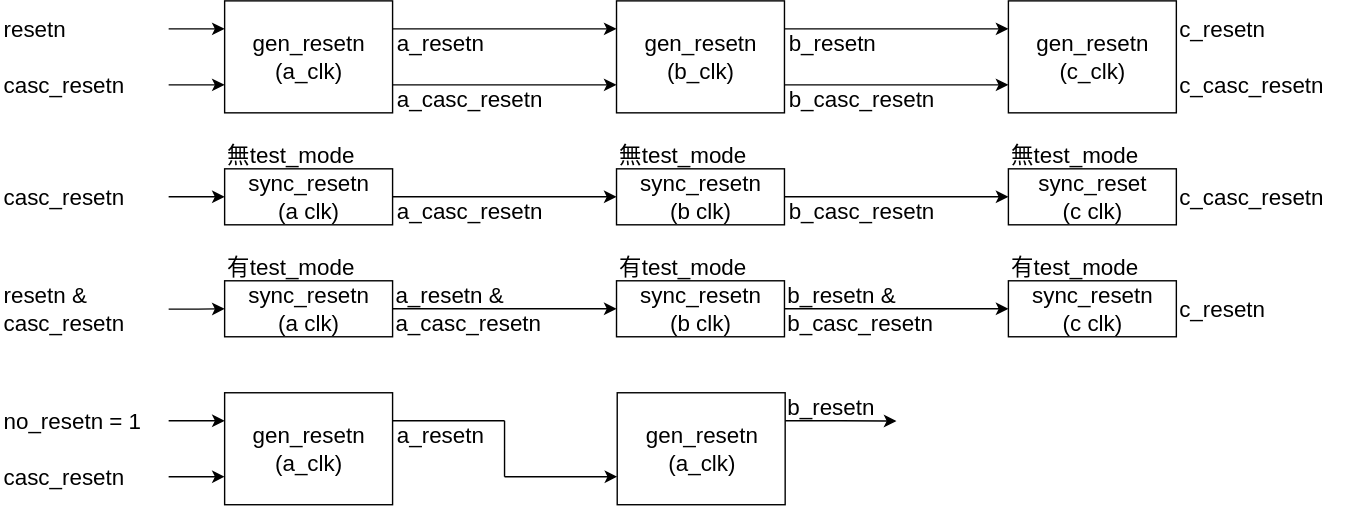
The draw.io diagram de/platform_clk_resetn_gen/sync_resetn/include/resetn_tree.svg in jnjnliwenjie0022/obs, before a commit. Source tidied: cells renumbered, new cells last; positions are measured from the earlier drawing's top-left corner, leaving out a move shared by most shapes.
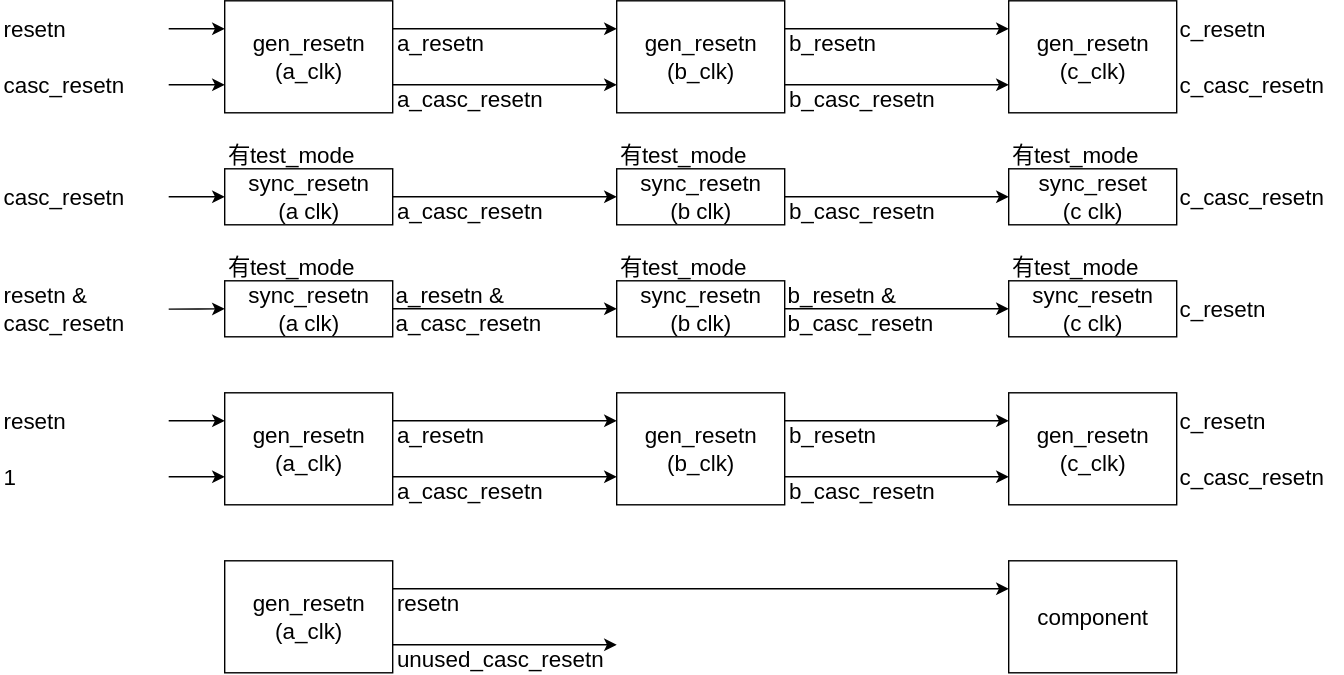
Later version of the same file.

Diff of the diagram source:
```diff
@@ -64,7 +64,7 @@
     <mxCell id="17" value="casc_resetn" style="rounded=0;whiteSpace=wrap;html=1;fontSize=16;fillColor=none;strokeColor=none;align=left;" parent="1" vertex="1">
       <mxGeometry y="130" width="120" height="20" as="geometry" />
     </mxCell>
-    <mxCell id="18" value="無test_mode" style="rounded=0;whiteSpace=wrap;html=1;fontSize=16;fillColor=none;strokeColor=none;align=left;" parent="1" vertex="1">
+    <mxCell id="18" value="有test_mode" style="rounded=0;whiteSpace=wrap;html=1;fontSize=16;fillColor=none;strokeColor=none;align=left;" parent="1" vertex="1">
       <mxGeometry x="160" y="100" width="120" height="20" as="geometry" />
     </mxCell>
     <mxCell id="19" value="sync_resetn&lt;div&gt;(b clk)&lt;/div&gt;" style="rounded=0;whiteSpace=wrap;html=1;fontSize=16;" parent="1" vertex="1">
@@ -75,7 +75,7 @@
         <mxPoint x="440" y="140" as="targetPoint" />
       </mxGeometry>
     </mxCell>
-    <mxCell id="21" value="無test_mode" style="rounded=0;whiteSpace=wrap;html=1;fontSize=16;fillColor=none;strokeColor=none;align=left;" parent="1" vertex="1">
+    <mxCell id="21" value="有test_mode" style="rounded=0;whiteSpace=wrap;html=1;fontSize=16;fillColor=none;strokeColor=none;align=left;" parent="1" vertex="1">
       <mxGeometry x="440" y="100" width="120" height="20" as="geometry" />
     </mxCell>
     <mxCell id="22" value="sync_reset&lt;div&gt;(c clk)&lt;/div&gt;" style="rounded=0;whiteSpace=wrap;html=1;fontSize=16;" parent="1" vertex="1">
@@ -86,7 +86,7 @@
         <mxPoint x="720" y="140" as="targetPoint" />
       </mxGeometry>
     </mxCell>
-    <mxCell id="24" value="無test_mode" style="rounded=0;whiteSpace=wrap;html=1;fontSize=16;fillColor=none;strokeColor=none;align=left;" parent="1" vertex="1">
+    <mxCell id="24" value="有test_mode" style="rounded=0;whiteSpace=wrap;html=1;fontSize=16;fillColor=none;strokeColor=none;align=left;" parent="1" vertex="1">
       <mxGeometry x="720" y="100" width="120" height="20" as="geometry" />
     </mxCell>
     <mxCell id="25" value="c_casc_resetn" style="rounded=0;whiteSpace=wrap;html=1;fontSize=16;fillColor=none;strokeColor=none;align=left;" parent="1" vertex="1">
@@ -168,7 +168,7 @@
         <mxPoint x="160" y="300" as="targetPoint" />
       </mxGeometry>
     </mxCell>
-    <mxCell id="50" value="no_resetn = 1" style="rounded=0;whiteSpace=wrap;html=1;fontSize=16;fillColor=none;strokeColor=none;align=left;" parent="1" vertex="1">
+    <mxCell id="50" value="resetn" style="rounded=0;whiteSpace=wrap;html=1;fontSize=16;fillColor=none;strokeColor=none;align=left;" parent="1" vertex="1">
       <mxGeometry y="290" width="120" height="20" as="geometry" />
     </mxCell>
     <mxCell id="51" style="edgeStyle=orthogonalEdgeStyle;rounded=0;jettySize=auto;html=1;" parent="1" edge="1" source="52">
@@ -176,38 +176,77 @@
         <mxPoint x="160" y="340" as="targetPoint" />
       </mxGeometry>
     </mxCell>
-    <mxCell id="52" value="casc_resetn" style="rounded=0;whiteSpace=wrap;html=1;fontSize=16;fillColor=none;strokeColor=none;align=left;" parent="1" vertex="1">
+    <mxCell id="52" value="1" style="rounded=0;whiteSpace=wrap;html=1;fontSize=16;fillColor=none;strokeColor=none;align=left;" parent="1" vertex="1">
       <mxGeometry y="330" width="120" height="20" as="geometry" />
     </mxCell>
-    <mxCell id="53" style="edgeStyle=orthogonalEdgeStyle;rounded=0;jettySize=auto;html=1;exitX=1;exitY=0.25;exitDx=0;exitDy=0;endArrow=none;endFill=0;" parent="1" edge="1" source="48">
-      <mxGeometry relative="1" as="geometry">
-        <mxPoint x="360" y="300" as="targetPoint" />
-      </mxGeometry>
-    </mxCell>
+    <mxCell id="60" value="gen_resetn&lt;div&gt;(b_clk)&lt;/div&gt;" style="rounded=0;whiteSpace=wrap;html=1;fontSize=16;" parent="1" vertex="1">
+      <mxGeometry x="440" y="280" width="120" height="80" as="geometry" />
+    </mxCell>
+    <mxCell id="61" value="gen_resetn&lt;div&gt;(c_clk)&lt;/div&gt;" style="rounded=0;whiteSpace=wrap;html=1;fontSize=16;" parent="1" vertex="1">
+      <mxGeometry x="720" y="280" width="120" height="80" as="geometry" />
+    </mxCell>
+    <mxCell id="62" style="edgeStyle=orthogonalEdgeStyle;rounded=0;orthogonalLoop=1;jettySize=auto;html=1;exitX=1;exitY=0.25;exitDx=0;exitDy=0;" parent="1" edge="1">
+      <mxGeometry relative="1" as="geometry">
+        <mxPoint x="280" y="300" as="sourcePoint" />
+        <mxPoint x="440" y="300" as="targetPoint" />
+      </mxGeometry>
+    </mxCell>
+    <mxCell id="63" style="edgeStyle=orthogonalEdgeStyle;rounded=0;orthogonalLoop=1;jettySize=auto;html=1;exitX=1;exitY=0.75;exitDx=0;exitDy=0;" parent="1" edge="1">
+      <mxGeometry relative="1" as="geometry">
+        <mxPoint x="280" y="340" as="sourcePoint" />
+        <mxPoint x="440" y="340" as="targetPoint" />
+      </mxGeometry>
+    </mxCell>
+    <mxCell id="64" style="edgeStyle=orthogonalEdgeStyle;rounded=0;jettySize=auto;html=1;exitX=1;exitY=0.25;exitDx=0;exitDy=0;" parent="1" edge="1" source="60">
+      <mxGeometry relative="1" as="geometry">
+        <mxPoint x="720" y="300" as="targetPoint" />
+      </mxGeometry>
+    </mxCell>
+    <mxCell id="65" style="edgeStyle=orthogonalEdgeStyle;rounded=0;jettySize=auto;html=1;exitX=1;exitY=0.75;exitDx=0;exitDy=0;" parent="1" edge="1" source="60">
+      <mxGeometry relative="1" as="geometry">
+        <mxPoint x="720" y="340" as="targetPoint" />
+      </mxGeometry>
+    </mxCell>
+    <mxCell id="66" value="c_resetn" style="rounded=0;whiteSpace=wrap;html=1;fontSize=16;fillColor=none;strokeColor=none;align=left;" parent="1" vertex="1">
+      <mxGeometry x="840" y="290" width="120" height="20" as="geometry" />
+    </mxCell>
+    <mxCell id="67" value="c_casc_resetn" style="rounded=0;whiteSpace=wrap;html=1;fontSize=16;fillColor=none;strokeColor=none;align=left;" parent="1" vertex="1">
+      <mxGeometry x="840" y="330" width="120" height="20" as="geometry" />
+    </mxCell>
     <mxCell id="54" value="a_resetn" style="rounded=0;whiteSpace=wrap;html=1;fontSize=16;fillColor=none;strokeColor=none;align=left;" parent="1" vertex="1">
-      <mxGeometry x="280.5" y="300" width="69.5" height="20" as="geometry" />
+      <mxGeometry x="280.5" y="300" width="120" height="20" as="geometry" />
     </mxCell>
-    <mxCell id="55" style="edgeStyle=orthogonalEdgeStyle;rounded=0;jettySize=auto;html=1;exitX=1;exitY=0.25;exitDx=0;exitDy=0;" parent="1" edge="1" source="56">
-      <mxGeometry relative="1" as="geometry">
-        <mxPoint x="640" y="300.2" as="targetPoint" />
-      </mxGeometry>
-    </mxCell>
+    <mxCell id="68" value="a_casc_resetn" style="rounded=0;whiteSpace=wrap;html=1;fontSize=16;fillColor=none;strokeColor=none;align=left;" parent="1" vertex="1">
+      <mxGeometry x="280.5" y="340" width="120" height="20" as="geometry" />
+    </mxCell>
+    <mxCell id="69" value="b_casc_resetn" style="rounded=0;whiteSpace=wrap;html=1;fontSize=16;fillColor=none;strokeColor=none;align=left;" parent="1" vertex="1">
+      <mxGeometry x="560.5" y="340" width="120" height="20" as="geometry" />
+    </mxCell>
+    <mxCell id="59" value="b_resetn" style="rounded=0;whiteSpace=wrap;html=1;fontSize=16;fillColor=none;strokeColor=none;align=left;" parent="1" vertex="1">
+      <mxGeometry x="560.5" y="300" width="120" height="20" as="geometry" />
+    </mxCell>
     <mxCell id="56" value="gen_resetn&lt;div&gt;(a_clk)&lt;/div&gt;" style="rounded=0;whiteSpace=wrap;html=1;fontSize=16;" parent="1" vertex="1">
-      <mxGeometry x="440.5" y="280" width="120" height="80" as="geometry" />
+      <mxGeometry x="160" y="400" width="120" height="80" as="geometry" />
     </mxCell>
-    <mxCell id="57" style="edgeStyle=orthogonalEdgeStyle;rounded=0;jettySize=auto;html=1;entryX=0;entryY=0.75;entryDx=0;entryDy=0;" parent="1" edge="1" target="56">
-      <mxGeometry relative="1" as="geometry">
-        <mxPoint x="360" y="340" as="sourcePoint" />
-      </mxGeometry>
-    </mxCell>
-    <mxCell id="58" style="edgeStyle=orthogonalEdgeStyle;rounded=0;orthogonalLoop=1;jettySize=auto;html=1;entryX=0.888;entryY=0.616;entryDx=0;entryDy=0;entryPerimeter=0;endArrow=none;endFill=0;" parent="1" edge="1">
-      <mxGeometry relative="1" as="geometry">
-        <mxPoint x="360" y="300" as="sourcePoint" />
-        <mxPoint x="360" y="340" as="targetPoint" />
-      </mxGeometry>
-    </mxCell>
-    <mxCell id="59" value="b_resetn" style="rounded=0;whiteSpace=wrap;html=1;fontSize=16;fillColor=none;strokeColor=none;align=left;" parent="1" vertex="1">
-      <mxGeometry x="560" y="280" width="120" height="20" as="geometry" />
-    </mxCell>
+    <mxCell id="70" style="edgeStyle=orthogonalEdgeStyle;rounded=0;jettySize=auto;html=1;exitX=1;exitY=0.25;exitDx=0;exitDy=0;entryX=0;entryY=0.25;entryDx=0;entryDy=0;" parent="1" edge="1" target="74">
+      <mxGeometry relative="1" as="geometry">
+        <mxPoint x="280" y="420" as="sourcePoint" />
+      </mxGeometry>
+    </mxCell>
+    <mxCell id="71" style="edgeStyle=orthogonalEdgeStyle;rounded=0;orthogonalLoop=1;jettySize=auto;html=1;exitX=1;exitY=0.75;exitDx=0;exitDy=0;" parent="1" edge="1">
+      <mxGeometry relative="1" as="geometry">
+        <mxPoint x="280" y="460" as="sourcePoint" />
+        <mxPoint x="440" y="460" as="targetPoint" />
+      </mxGeometry>
+    </mxCell>
+    <mxCell id="72" value="resetn" style="rounded=0;whiteSpace=wrap;html=1;fontSize=16;fillColor=none;strokeColor=none;align=left;" parent="1" vertex="1">
+      <mxGeometry x="280.5" y="420" width="120" height="20" as="geometry" />
+    </mxCell>
+    <mxCell id="73" value="unused_casc_resetn" style="rounded=0;whiteSpace=wrap;html=1;fontSize=16;fillColor=none;strokeColor=none;align=left;" parent="1" vertex="1">
+      <mxGeometry x="280.5" y="460" width="120" height="20" as="geometry" />
+    </mxCell>
+    <mxCell id="74" value="component" style="rounded=0;whiteSpace=wrap;html=1;fontSize=16;" parent="1" vertex="1">
+      <mxGeometry x="720" y="400" width="120" height="80" as="geometry" />
+    </mxCell>
   </root>
 </mxGraphModel>
```
